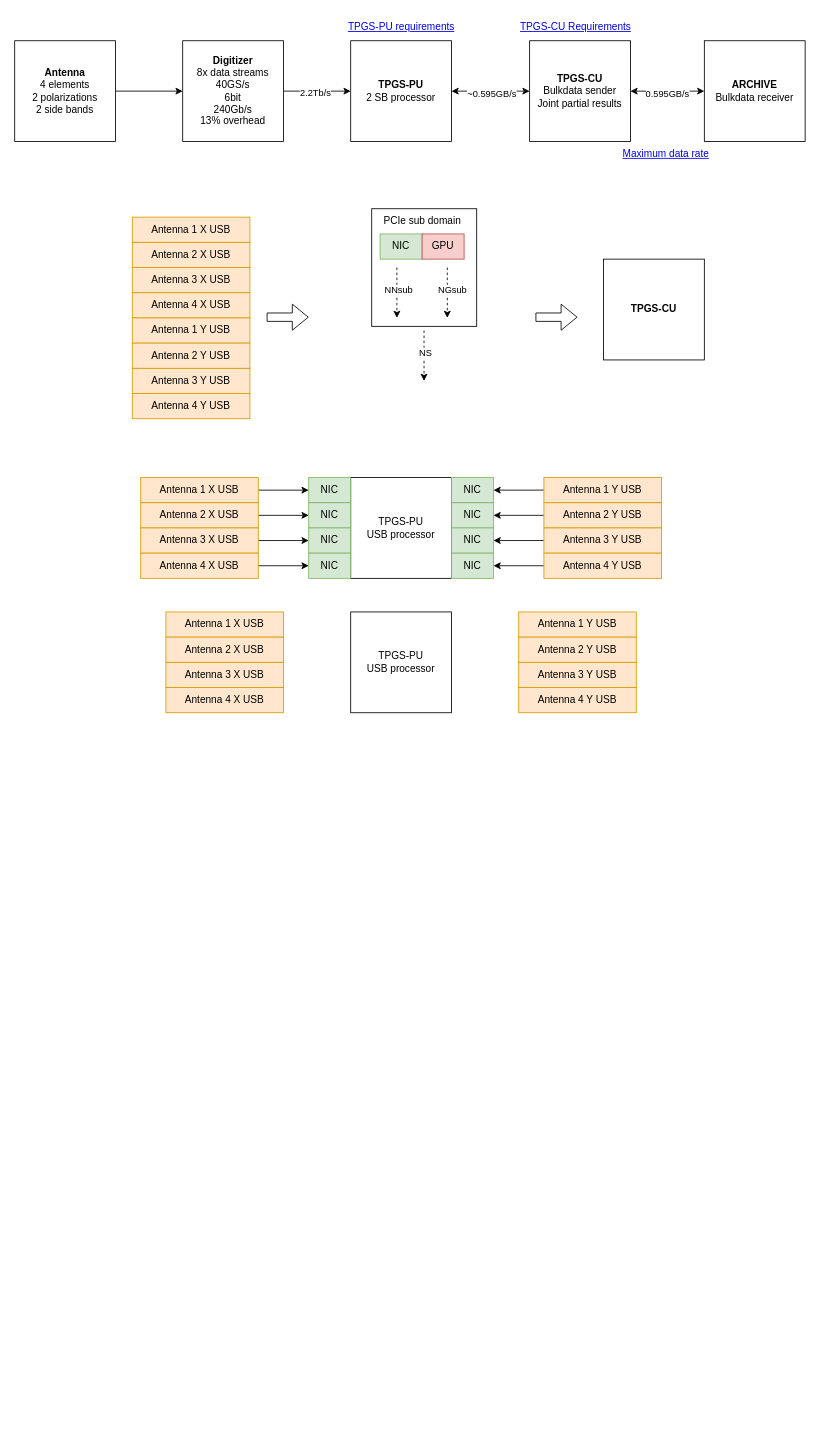
Above: TPGS-PU.drawio in buena-pan/NAOJ_examples (draw.io), before the change. Source tidied: cells renumbered, new cells numbered last; positions are measured from the earlier drawing's top-left corner, leaving out a move shared by most shapes. Both pictures are drawn from the tidied source at 84%, with x=0, y=0 at pixel (14, 14).
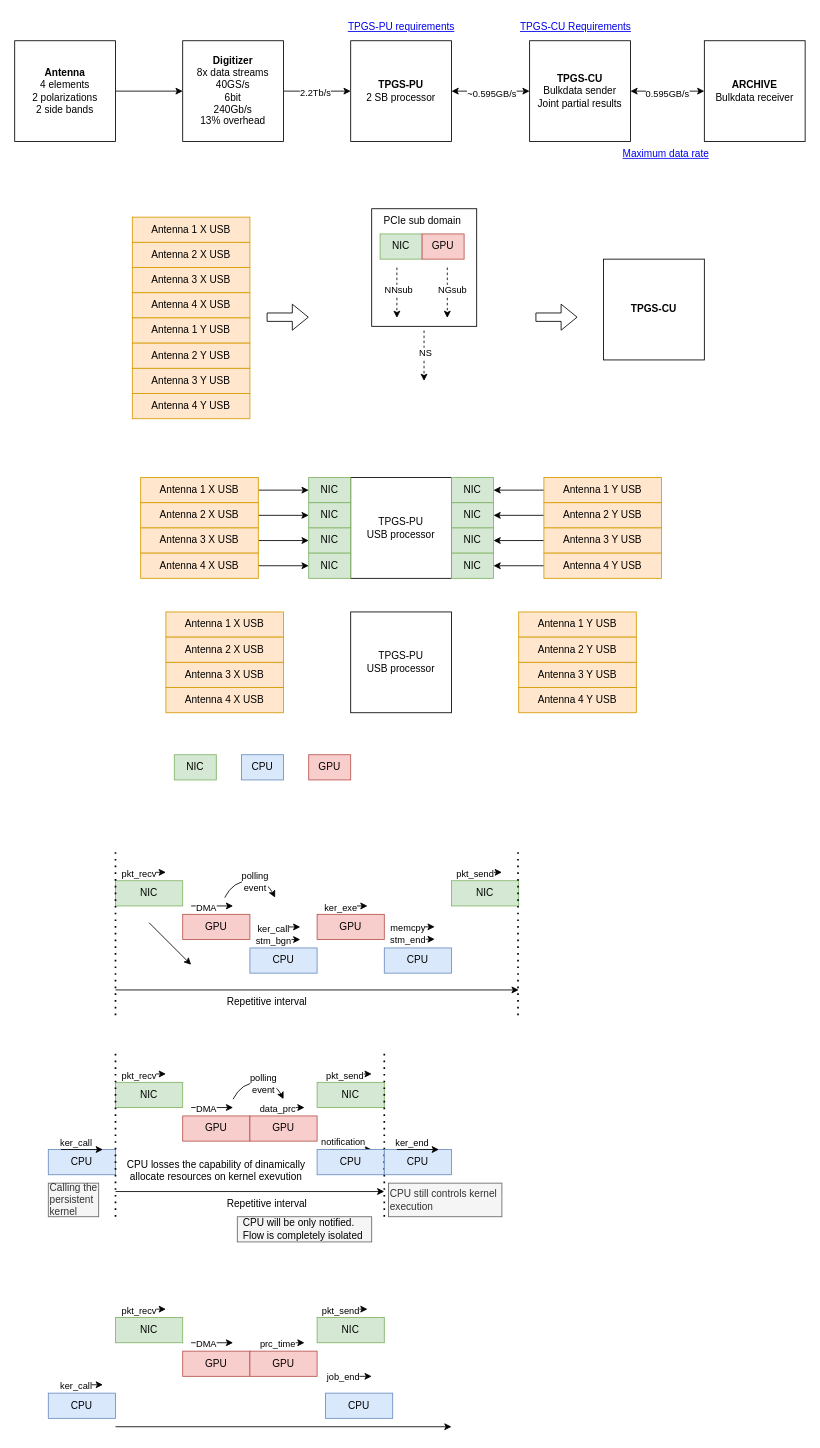
After the change.

Diff of the diagram source:
```diff
@@
+    <mxCell id="72" value="CPU" style="rounded=0;whiteSpace=wrap;html=1;fillColor=#dae8fc;strokeColor=#6c8ebf;" parent="1" vertex="1">
+      <mxGeometry x="270" y="881" width="50" height="30" as="geometry" />
+    </mxCell>
+    <mxCell id="73" value="GPU" style="rounded=0;whiteSpace=wrap;html=1;fillColor=#f8cecc;strokeColor=#b85450;" parent="1" vertex="1">
+      <mxGeometry x="350" y="881" width="50" height="30" as="geometry" />
+    </mxCell>
+    <mxCell id="74" value="NIC" style="rounded=0;whiteSpace=wrap;html=1;fillColor=#d5e8d4;strokeColor=#82b366;" parent="1" vertex="1">
+      <mxGeometry x="190" y="881" width="50" height="30" as="geometry" />
+    </mxCell>
+    <mxCell id="75" value="GPU" style="rounded=0;whiteSpace=wrap;html=1;fillColor=#f8cecc;strokeColor=#b85450;" parent="1" vertex="1">
+      <mxGeometry x="200" y="1071" width="80" height="30" as="geometry" />
+    </mxCell>
+    <mxCell id="76" value="NIC" style="rounded=0;whiteSpace=wrap;html=1;fillColor=#d5e8d4;strokeColor=#82b366;" parent="1" vertex="1">
+      <mxGeometry x="120" y="1031" width="80" height="30" as="geometry" />
+    </mxCell>
+    <mxCell id="77" style="endArrow=classic;html=1;rounded=0;" parent="1" edge="1">
+      <mxGeometry relative="1" as="geometry">
+        <mxPoint x="120" y="1161" as="sourcePoint" />
+        <mxPoint x="600" y="1161" as="targetPoint" />
+      </mxGeometry>
+    </mxCell>
+    <mxCell id="78" value="GPU" style="rounded=0;whiteSpace=wrap;html=1;fillColor=#f8cecc;strokeColor=#b85450;" parent="1" vertex="1">
+      <mxGeometry x="360" y="1071" width="80" height="30" as="geometry" />
+    </mxCell>
+    <mxCell id="79" value="CPU" style="rounded=0;whiteSpace=wrap;html=1;fillColor=#dae8fc;strokeColor=#6c8ebf;" parent="1" vertex="1">
+      <mxGeometry x="440" y="1111" width="80" height="30" as="geometry" />
+    </mxCell>
+    <mxCell id="80" style="endArrow=classic;html=1;rounded=0;" parent="1" edge="1">
+      <mxGeometry relative="1" as="geometry">
+        <mxPoint x="130" y="1021" as="sourcePoint" />
+        <mxPoint x="180" y="1021" as="targetPoint" />
+      </mxGeometry>
+    </mxCell>
+    <mxCell id="81" value="pkt_recv" style="edgeLabel;html=1;align=center;verticalAlign=middle;" parent="80" vertex="1">
+      <mxGeometry x="-0.32" y="-1" relative="1" as="geometry" />
+    </mxCell>
+    <mxCell id="82" value="CPU" style="rounded=0;whiteSpace=wrap;html=1;fillColor=#dae8fc;strokeColor=#6c8ebf;" parent="1" vertex="1">
+      <mxGeometry x="280" y="1111" width="80" height="30" as="geometry" />
+    </mxCell>
+    <mxCell id="83" style="endArrow=classic;html=1;rounded=0;" parent="1" edge="1">
+      <mxGeometry relative="1" as="geometry">
+        <mxPoint x="210" y="1061" as="sourcePoint" />
+        <mxPoint x="260" y="1061" as="targetPoint" />
+      </mxGeometry>
+    </mxCell>
+    <mxCell id="84" value="DMA" style="edgeLabel;html=1;align=center;verticalAlign=middle;" parent="83" vertex="1">
+      <mxGeometry x="-0.32" y="-1" relative="1" as="geometry" />
+    </mxCell>
+    <mxCell id="85" style="endArrow=classic;html=1;rounded=0;" parent="1" edge="1">
+      <mxGeometry relative="1" as="geometry">
+        <mxPoint x="290" y="1101" as="sourcePoint" />
+        <mxPoint x="340" y="1101" as="targetPoint" />
+      </mxGeometry>
+    </mxCell>
+    <mxCell id="86" value="stm_bgn" style="edgeLabel;html=1;align=center;verticalAlign=middle;" parent="85" vertex="1">
+      <mxGeometry x="-0.32" y="-1" relative="1" as="geometry" />
+    </mxCell>
+    <mxCell id="87" style="endArrow=classic;html=1;rounded=0;" parent="1" edge="1">
+      <mxGeometry relative="1" as="geometry">
+        <mxPoint x="370" y="1061" as="sourcePoint" />
+        <mxPoint x="420" y="1061" as="targetPoint" />
+      </mxGeometry>
+    </mxCell>
+    <mxCell id="88" value="ker_exe" style="edgeLabel;html=1;align=center;verticalAlign=middle;" parent="87" vertex="1">
+      <mxGeometry x="-0.32" y="-1" relative="1" as="geometry" />
+    </mxCell>
+    <mxCell id="89" style="endArrow=classic;html=1;rounded=0;" parent="1" edge="1">
+      <mxGeometry relative="1" as="geometry">
+        <mxPoint x="450" y="1100.6" as="sourcePoint" />
+        <mxPoint x="500" y="1100.6" as="targetPoint" />
+      </mxGeometry>
+    </mxCell>
+    <mxCell id="90" value="stm_end" style="edgeLabel;html=1;align=center;verticalAlign=middle;" parent="89" vertex="1">
+      <mxGeometry x="-0.32" y="-1" relative="1" as="geometry" />
+    </mxCell>
+    <mxCell id="91" value="GPU" style="rounded=0;whiteSpace=wrap;html=1;fillColor=#f8cecc;strokeColor=#b85450;" parent="1" vertex="1">
+      <mxGeometry x="200" y="1311" width="80" height="30" as="geometry" />
+    </mxCell>
+    <mxCell id="92" value="NIC" style="rounded=0;whiteSpace=wrap;html=1;fillColor=#d5e8d4;strokeColor=#82b366;" parent="1" vertex="1">
+      <mxGeometry x="120" y="1271" width="80" height="30" as="geometry" />
+    </mxCell>
+    <mxCell id="93" style="endArrow=classic;html=1;rounded=0;" parent="1" edge="1">
+      <mxGeometry relative="1" as="geometry">
+        <mxPoint x="120" y="1401" as="sourcePoint" />
+        <mxPoint x="440" y="1401" as="targetPoint" />
+      </mxGeometry>
+    </mxCell>
+    <mxCell id="94" value="GPU" style="rounded=0;whiteSpace=wrap;html=1;fillColor=#f8cecc;strokeColor=#b85450;" parent="1" vertex="1">
+      <mxGeometry x="280" y="1311" width="80" height="30" as="geometry" />
+    </mxCell>
+    <mxCell id="95" value="CPU" style="rounded=0;whiteSpace=wrap;html=1;fillColor=#dae8fc;strokeColor=#6c8ebf;" parent="1" vertex="1">
+      <mxGeometry x="40" y="1351" width="80" height="30" as="geometry" />
+    </mxCell>
+    <mxCell id="96" style="endArrow=classic;html=1;rounded=0;" parent="1" edge="1">
+      <mxGeometry relative="1" as="geometry">
+        <mxPoint x="130" y="1261" as="sourcePoint" />
+        <mxPoint x="180" y="1261" as="targetPoint" />
+      </mxGeometry>
+    </mxCell>
+    <mxCell id="97" value="pkt_recv" style="edgeLabel;html=1;align=center;verticalAlign=middle;" parent="96" vertex="1">
+      <mxGeometry x="-0.32" y="-1" relative="1" as="geometry" />
+    </mxCell>
+    <mxCell id="98" style="endArrow=classic;html=1;rounded=0;" parent="1" edge="1">
+      <mxGeometry relative="1" as="geometry">
+        <mxPoint x="210" y="1301" as="sourcePoint" />
+        <mxPoint x="260" y="1301" as="targetPoint" />
+      </mxGeometry>
+    </mxCell>
+    <mxCell id="99" value="DMA" style="edgeLabel;html=1;align=center;verticalAlign=middle;" parent="98" vertex="1">
+      <mxGeometry x="-0.32" y="-1" relative="1" as="geometry" />
+    </mxCell>
+    <mxCell id="100" style="endArrow=classic;html=1;rounded=0;" parent="1" edge="1">
+      <mxGeometry relative="1" as="geometry">
+        <mxPoint x="55" y="1351" as="sourcePoint" />
+        <mxPoint x="105" y="1351" as="targetPoint" />
+      </mxGeometry>
+    </mxCell>
+    <mxCell id="101" value="ker_call" style="edgeLabel;html=1;align=center;verticalAlign=middle;" parent="100" vertex="1">
+      <mxGeometry x="-0.32" y="-1" relative="1" as="geometry">
+        <mxPoint y="-10" as="offset" />
+      </mxGeometry>
+    </mxCell>
+    <mxCell id="102" style="endArrow=classic;html=1;rounded=0;" parent="1" edge="1">
+      <mxGeometry relative="1" as="geometry">
+        <mxPoint x="295" y="1301" as="sourcePoint" />
+        <mxPoint x="345" y="1301" as="targetPoint" />
+      </mxGeometry>
+    </mxCell>
+    <mxCell id="103" value="data_prc" style="edgeLabel;html=1;align=center;verticalAlign=middle;" parent="102" vertex="1">
+      <mxGeometry x="-0.32" y="-1" relative="1" as="geometry" />
+    </mxCell>
+    <mxCell id="104" style="endArrow=classic;html=1;rounded=0;" parent="1" edge="1">
+      <mxGeometry relative="1" as="geometry">
+        <mxPoint x="375" y="1351" as="sourcePoint" />
+        <mxPoint x="425" y="1351" as="targetPoint" />
+      </mxGeometry>
+    </mxCell>
+    <mxCell id="105" value="notification" style="edgeLabel;html=1;align=center;verticalAlign=middle;" parent="104" vertex="1">
+      <mxGeometry x="-0.32" y="-1" relative="1" as="geometry">
+        <mxPoint x="-2" y="-11" as="offset" />
+      </mxGeometry>
+    </mxCell>
+    <mxCell id="106" value="NIC" style="rounded=0;whiteSpace=wrap;html=1;fillColor=#d5e8d4;strokeColor=#82b366;" parent="1" vertex="1">
+      <mxGeometry x="520" y="1031" width="80" height="30" as="geometry" />
+    </mxCell>
+    <mxCell id="107" style="endArrow=classic;html=1;rounded=0;" parent="1" edge="1">
+      <mxGeometry relative="1" as="geometry">
+        <mxPoint x="530" y="1021" as="sourcePoint" />
+        <mxPoint x="580" y="1021" as="targetPoint" />
+      </mxGeometry>
+    </mxCell>
+    <mxCell id="108" value="pkt_send" style="edgeLabel;html=1;align=center;verticalAlign=middle;" parent="107" vertex="1">
+      <mxGeometry x="-0.32" y="-1" relative="1" as="geometry" />
+    </mxCell>
+    <mxCell id="109" value="NIC" style="rounded=0;whiteSpace=wrap;html=1;fillColor=#d5e8d4;strokeColor=#82b366;" parent="1" vertex="1">
+      <mxGeometry x="360" y="1271" width="80" height="30" as="geometry" />
+    </mxCell>
+    <mxCell id="110" style="endArrow=classic;html=1;rounded=0;" parent="1" edge="1">
+      <mxGeometry relative="1" as="geometry">
+        <mxPoint x="375" y="1261" as="sourcePoint" />
+        <mxPoint x="425" y="1261" as="targetPoint" />
+      </mxGeometry>
+    </mxCell>
+    <mxCell id="111" value="pkt_send" style="edgeLabel;html=1;align=center;verticalAlign=middle;" parent="110" vertex="1">
+      <mxGeometry x="-0.32" y="-1" relative="1" as="geometry" />
+    </mxCell>
+    <mxCell id="112" value="CPU" style="rounded=0;whiteSpace=wrap;html=1;fillColor=#dae8fc;strokeColor=#6c8ebf;" parent="1" vertex="1">
+      <mxGeometry x="360" y="1351" width="80" height="30" as="geometry" />
+    </mxCell>
+    <mxCell id="113" value="GPU" style="rounded=0;whiteSpace=wrap;html=1;fillColor=#f8cecc;strokeColor=#b85450;" parent="1" vertex="1">
+      <mxGeometry x="200" y="1591" width="80" height="30" as="geometry" />
+    </mxCell>
+    <mxCell id="114" value="NIC" style="rounded=0;whiteSpace=wrap;html=1;fillColor=#d5e8d4;strokeColor=#82b366;" parent="1" vertex="1">
+      <mxGeometry x="120" y="1551" width="80" height="30" as="geometry" />
+    </mxCell>
+    <mxCell id="115" style="endArrow=classic;html=1;rounded=0;" parent="1" edge="1">
+      <mxGeometry relative="1" as="geometry">
+        <mxPoint x="120" y="1681" as="sourcePoint" />
+        <mxPoint x="520" y="1681" as="targetPoint" />
+      </mxGeometry>
+    </mxCell>
+    <mxCell id="116" value="GPU" style="rounded=0;whiteSpace=wrap;html=1;fillColor=#f8cecc;strokeColor=#b85450;" parent="1" vertex="1">
+      <mxGeometry x="280" y="1591" width="80" height="30" as="geometry" />
+    </mxCell>
+    <mxCell id="117" value="CPU" style="rounded=0;whiteSpace=wrap;html=1;fillColor=#dae8fc;strokeColor=#6c8ebf;" parent="1" vertex="1">
+      <mxGeometry x="40" y="1641" width="80" height="30" as="geometry" />
+    </mxCell>
+    <mxCell id="118" style="endArrow=classic;html=1;rounded=0;" parent="1" edge="1">
+      <mxGeometry relative="1" as="geometry">
+        <mxPoint x="130" y="1541" as="sourcePoint" />
+        <mxPoint x="180" y="1541" as="targetPoint" />
+      </mxGeometry>
+    </mxCell>
+    <mxCell id="119" value="pkt_recv" style="edgeLabel;html=1;align=center;verticalAlign=middle;" parent="118" vertex="1">
+      <mxGeometry x="-0.32" y="-1" relative="1" as="geometry" />
+    </mxCell>
+    <mxCell id="120" style="endArrow=classic;html=1;rounded=0;" parent="1" edge="1">
+      <mxGeometry relative="1" as="geometry">
+        <mxPoint x="210" y="1581" as="sourcePoint" />
+        <mxPoint x="260" y="1581" as="targetPoint" />
+      </mxGeometry>
+    </mxCell>
+    <mxCell id="121" value="DMA" style="edgeLabel;html=1;align=center;verticalAlign=middle;" parent="120" vertex="1">
+      <mxGeometry x="-0.32" y="-1" relative="1" as="geometry" />
+    </mxCell>
+    <mxCell id="122" style="endArrow=classic;html=1;rounded=0;" parent="1" edge="1">
+      <mxGeometry relative="1" as="geometry">
+        <mxPoint x="55" y="1631" as="sourcePoint" />
+        <mxPoint x="105" y="1631" as="targetPoint" />
+      </mxGeometry>
+    </mxCell>
+    <mxCell id="123" value="ker_call" style="edgeLabel;html=1;align=center;verticalAlign=middle;" parent="122" vertex="1">
+      <mxGeometry x="-0.32" y="-1" relative="1" as="geometry" />
+    </mxCell>
+    <mxCell id="124" style="endArrow=classic;html=1;rounded=0;" parent="1" edge="1">
+      <mxGeometry relative="1" as="geometry">
+        <mxPoint x="295" y="1581" as="sourcePoint" />
+        <mxPoint x="345" y="1581" as="targetPoint" />
+      </mxGeometry>
+    </mxCell>
+    <mxCell id="125" value="prc_time" style="edgeLabel;html=1;align=center;verticalAlign=middle;" parent="124" vertex="1">
+      <mxGeometry x="-0.32" y="-1" relative="1" as="geometry" />
+    </mxCell>
+    <mxCell id="126" style="endArrow=classic;html=1;rounded=0;" parent="1" edge="1">
+      <mxGeometry relative="1" as="geometry">
+        <mxPoint x="375" y="1621" as="sourcePoint" />
+        <mxPoint x="425" y="1621" as="targetPoint" />
+      </mxGeometry>
+    </mxCell>
+    <mxCell id="127" value="job_end" style="edgeLabel;html=1;align=center;verticalAlign=middle;" parent="126" vertex="1">
+      <mxGeometry x="-0.32" y="-1" relative="1" as="geometry">
+        <mxPoint x="-2" y="-1" as="offset" />
+      </mxGeometry>
+    </mxCell>
+    <mxCell id="128" value="NIC" style="rounded=0;whiteSpace=wrap;html=1;fillColor=#d5e8d4;strokeColor=#82b366;" parent="1" vertex="1">
+      <mxGeometry x="360" y="1551" width="80" height="30" as="geometry" />
+    </mxCell>
+    <mxCell id="129" style="endArrow=classic;html=1;rounded=0;" parent="1" edge="1">
+      <mxGeometry relative="1" as="geometry">
+        <mxPoint x="370" y="1541" as="sourcePoint" />
+        <mxPoint x="420" y="1541" as="targetPoint" />
+      </mxGeometry>
+    </mxCell>
+    <mxCell id="130" value="pkt_send" style="edgeLabel;html=1;align=center;verticalAlign=middle;" parent="129" vertex="1">
+      <mxGeometry x="-0.32" y="-1" relative="1" as="geometry" />
+    </mxCell>
+    <mxCell id="131" value="CPU" style="rounded=0;whiteSpace=wrap;html=1;fillColor=#dae8fc;strokeColor=#6c8ebf;" parent="1" vertex="1">
+      <mxGeometry x="370" y="1641" width="80" height="30" as="geometry" />
+    </mxCell>
+    <mxCell id="132" style="curved=1;endArrow=classic;html=1;rounded=0;" parent="1" edge="1">
+      <mxGeometry relative="1" as="geometry">
+        <mxPoint x="260" y="1291" as="sourcePoint" />
+        <mxPoint x="320" y="1291" as="targetPoint" />
+        <Array as="points">
+          <mxPoint x="270" y="1271" />
+          <mxPoint x="310" y="1271" />
+        </Array>
+      </mxGeometry>
+    </mxCell>
+    <mxCell id="133" value="polling&lt;div&gt;event&lt;/div&gt;" style="edgeLabel;html=1;align=center;verticalAlign=middle;" parent="132" vertex="1">
+      <mxGeometry x="0.13" y="-1" relative="1" as="geometry" />
+    </mxCell>
+    <mxCell id="134" style="curved=1;endArrow=classic;html=1;rounded=0;" parent="1" edge="1">
+      <mxGeometry relative="1" as="geometry">
+        <mxPoint x="250" y="1051" as="sourcePoint" />
+        <mxPoint x="310" y="1051" as="targetPoint" />
+        <Array as="points">
+          <mxPoint x="260" y="1031" />
+          <mxPoint x="300" y="1031" />
+        </Array>
+      </mxGeometry>
+    </mxCell>
+    <mxCell id="135" value="polling&lt;div&gt;event&lt;/div&gt;" style="edgeLabel;html=1;align=center;verticalAlign=middle;" parent="134" vertex="1">
+      <mxGeometry x="0.13" y="-1" relative="1" as="geometry" />
+    </mxCell>
+    <mxCell id="136" value="Calling the persistent kernel" style="text;html=1;align=left;verticalAlign=middle;whiteSpace=wrap;rounded=0;fillColor=#f5f5f5;fontColor=#333333;strokeColor=#666666;" parent="1" vertex="1">
+      <mxGeometry x="40" y="1391" width="60" height="40" as="geometry" />
+    </mxCell>
+    <mxCell id="137" value="Repetitive interval" style="text;html=1;align=center;verticalAlign=middle;strokeColor=none;fillColor=none;" parent="1" vertex="1">
+      <mxGeometry x="240" y="1401" width="120" height="30" as="geometry" />
+    </mxCell>
+    <mxCell id="138" value="Repetitive interval" style="text;html=1;align=center;verticalAlign=middle;strokeColor=none;fillColor=none;" parent="1" vertex="1">
+      <mxGeometry x="240" y="1161" width="120" height="30" as="geometry" />
+    </mxCell>
+    <mxCell id="139" style="endArrow=none;dashed=1;html=1;dashPattern=1 3;strokeWidth=2;rounded=0;" parent="1" edge="1">
+      <mxGeometry relative="1" as="geometry">
+        <mxPoint x="120" y="1191" as="sourcePoint" />
+        <mxPoint x="120" y="991" as="targetPoint" />
+      </mxGeometry>
+    </mxCell>
+    <mxCell id="140" style="endArrow=none;dashed=1;html=1;dashPattern=1 3;strokeWidth=2;rounded=0;" parent="1" edge="1">
+      <mxGeometry relative="1" as="geometry">
+        <mxPoint x="120" y="1431" as="sourcePoint" />
+        <mxPoint x="120" y="1231" as="targetPoint" />
+      </mxGeometry>
+    </mxCell>
+    <mxCell id="141" style="endArrow=classic;html=1;rounded=0;" parent="1" edge="1">
+      <mxGeometry relative="1" as="geometry">
+        <mxPoint x="160" y="1081" as="sourcePoint" />
+        <mxPoint x="210" y="1131" as="targetPoint" />
+      </mxGeometry>
+    </mxCell>
+    <mxCell id="142" value="CPU losses the capability of dinamically allocate resources on kernel exevution" style="text;html=1;align=center;verticalAlign=middle;whiteSpace=wrap;rounded=0;" parent="1" vertex="1">
+      <mxGeometry x="125" y="1361" width="230" height="30" as="geometry" />
+    </mxCell>
+    <mxCell id="143" value="&lt;div style=&quot;text-align: left;&quot;&gt;&lt;span style=&quot;background-color: transparent; color: light-dark(rgb(0, 0, 0), rgb(255, 255, 255));&quot;&gt;CPU will be only notified.&lt;/span&gt;&lt;/div&gt;&lt;div&gt;&lt;span style=&quot;background-color: transparent; color: light-dark(rgb(0, 0, 0), rgb(255, 255, 255));&quot;&gt;Flow is completely isolated&amp;nbsp;&lt;/span&gt;&lt;/div&gt;" style="text;html=1;align=center;verticalAlign=middle;whiteSpace=wrap;rounded=0;fillColor=#f5f5f5;strokeColor=#666666;fontColor=#333333;" parent="1" vertex="1">
+      <mxGeometry x="265" y="1431" width="160" height="30" as="geometry" />
+    </mxCell>
+    <mxCell id="144" style="endArrow=none;dashed=1;html=1;dashPattern=1 3;strokeWidth=2;rounded=0;" parent="1" edge="1">
+      <mxGeometry relative="1" as="geometry">
+        <mxPoint x="440" y="1431" as="sourcePoint" />
+        <mxPoint x="440" y="1231" as="targetPoint" />
+      </mxGeometry>
+    </mxCell>
+    <mxCell id="145" style="endArrow=classic;html=1;rounded=0;" parent="1" edge="1">
+      <mxGeometry relative="1" as="geometry">
+        <mxPoint x="450" y="1085.9" as="sourcePoint" />
+        <mxPoint x="500" y="1085.9" as="targetPoint" />
+      </mxGeometry>
+    </mxCell>
+    <mxCell id="146" value="memcpy" style="edgeLabel;html=1;align=center;verticalAlign=middle;" parent="145" vertex="1">
+      <mxGeometry x="-0.32" y="-1" relative="1" as="geometry" />
+    </mxCell>
+    <mxCell id="147" style="endArrow=classic;html=1;rounded=0;" parent="1" edge="1">
+      <mxGeometry relative="1" as="geometry">
+        <mxPoint x="290" y="1086" as="sourcePoint" />
+        <mxPoint x="340" y="1086" as="targetPoint" />
+      </mxGeometry>
+    </mxCell>
+    <mxCell id="148" value="ker_call" style="edgeLabel;html=1;align=center;verticalAlign=middle;" parent="147" vertex="1">
+      <mxGeometry x="-0.32" y="-1" relative="1" as="geometry" />
+    </mxCell>
+    <mxCell id="149" value="CPU" style="rounded=0;whiteSpace=wrap;html=1;fillColor=#dae8fc;strokeColor=#6c8ebf;" parent="1" vertex="1">
+      <mxGeometry x="440" y="1351" width="80" height="30" as="geometry" />
+    </mxCell>
+    <mxCell id="150" style="endArrow=classic;html=1;rounded=0;" parent="1" edge="1">
+      <mxGeometry relative="1" as="geometry">
+        <mxPoint x="455" y="1351" as="sourcePoint" />
+        <mxPoint x="505" y="1351" as="targetPoint" />
+      </mxGeometry>
+    </mxCell>
+    <mxCell id="151" value="ker_end" style="edgeLabel;html=1;align=center;verticalAlign=middle;" parent="150" vertex="1">
+      <mxGeometry x="-0.32" y="-1" relative="1" as="geometry">
+        <mxPoint y="-10" as="offset" />
+      </mxGeometry>
+    </mxCell>
+    <mxCell id="152" value="CPU still controls&amp;nbsp;&lt;span style=&quot;background-color: transparent; color: light-dark(rgb(51, 51, 51), rgb(193, 193, 193));&quot;&gt;kernel execution&lt;/span&gt;" style="text;html=1;align=left;verticalAlign=middle;whiteSpace=wrap;rounded=0;fillColor=#f5f5f5;fontColor=#333333;strokeColor=#666666;" parent="1" vertex="1">
+      <mxGeometry x="445" y="1391" width="135" height="40" as="geometry" />
+    </mxCell>
+    <mxCell id="153" style="endArrow=none;dashed=1;html=1;dashPattern=1 3;strokeWidth=2;rounded=0;" parent="1" edge="1">
+      <mxGeometry relative="1" as="geometry">
+        <mxPoint x="599.2" y="1191" as="sourcePoint" />
+        <mxPoint x="599.2" y="991" as="targetPoint" />
+      </mxGeometry>
+    </mxCell>
```
